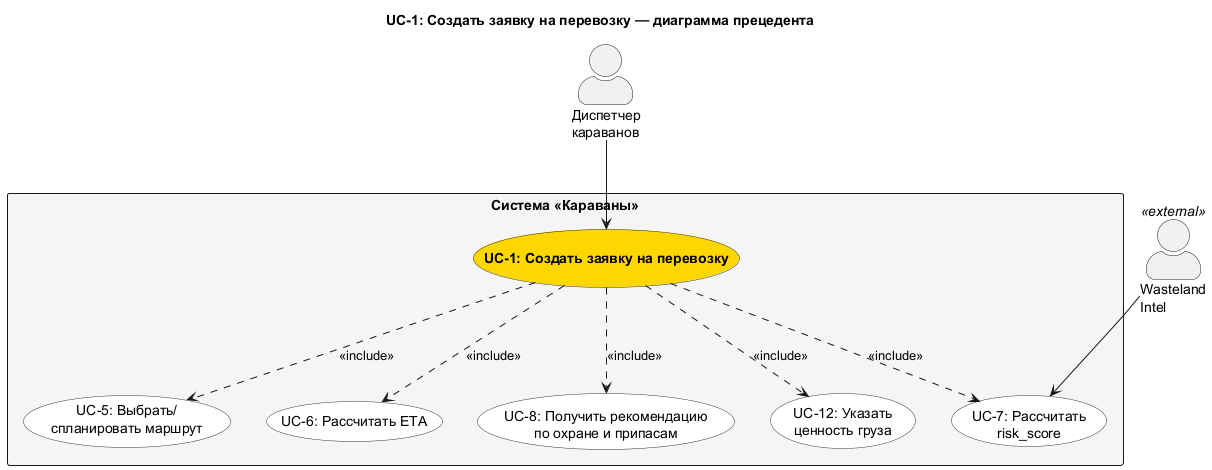
Before: docs/diagrams/out/UC_1_Detail.png, a diagram exported from PlantUML (granikartem/MPI).
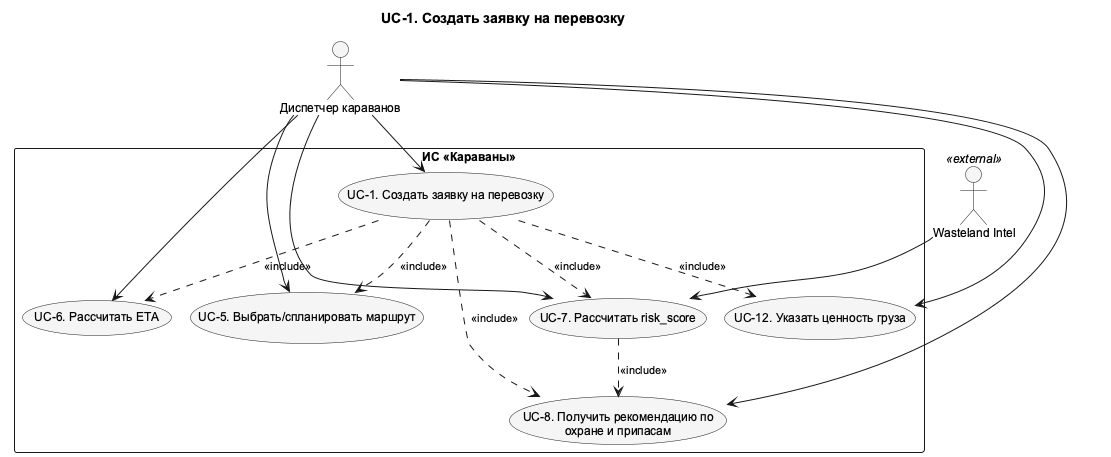
After the change.

Change to the diagram source:
```diff
@@ -1,30 +1,38 @@
 @startuml UC_1_Detail
-skinparam actorStyle awesome
-skinparam usecaseBackgroundColor #White
-skinparam usecaseBorderColor #333333
-skinparam rectangleBackgroundColor #F5F5F5
+!pragma layout smetana
+skinparam shadowing false
+skinparam defaultFontName Arial
+skinparam defaultFontSize 12
+skinparam backgroundColor white
+skinparam nodesep 75
+skinparam ranksep 100
+skinparam ArrowFontSize 11
+skinparam usecaseBackgroundColor #F5F5F5
+skinparam activityBackgroundColor #F5F5F5
+top to bottom direction
+title UC-1. Создать заявку на перевозку
 
-title UC-1: Создать заявку на перевозку — диаграмма прецедента
-
-actor "Диспетчер\nкараванов" as Dispatcher
-actor "Wasteland\nIntel" as WI <<external>>
-
-rectangle "Система «Караваны»" {
-  usecase UC1 as "**UC-1: Создать заявку на перевозку**" #Gold
-  usecase "UC-5: Выбрать/\nспланировать маршрут" as UC5
-  usecase "UC-6: Рассчитать ETA" as UC6
-  usecase "UC-7: Рассчитать\nrisk_score" as UC7
-  usecase "UC-8: Получить рекомендацию\nпо охране и припасам" as UC8
-  usecase "UC-12: Указать\nценность груза" as UC12
+actor "Диспетчер караванов" as Dispatcher
+actor "Wasteland Intel" as WI <<external>>
+rectangle "ИС «Караваны»" as SystemBoundary {
+  usecase "UC-1. Создать заявку на перевозку" as UC1
+  usecase "UC-5. Выбрать/спланировать маршрут" as UC5
+  usecase "UC-6. Рассчитать ETA" as UC6
+  usecase "UC-7. Рассчитать risk_score" as UC7
+  usecase "UC-8. Получить рекомендацию по\nохране и припасам" as UC8
+  usecase "UC-12. Указать ценность груза" as UC12
 }
-
-Dispatcher --> UC1
-WI --> UC7
-
 UC1 ..> UC5 : <<include>>
 UC1 ..> UC6 : <<include>>
 UC1 ..> UC7 : <<include>>
 UC1 ..> UC8 : <<include>>
 UC1 ..> UC12 : <<include>>
-
+UC7 ..> UC8 : <<include>>
+Dispatcher --> UC1
+Dispatcher --> UC5
+Dispatcher --> UC6
+Dispatcher --> UC7
+Dispatcher --> UC8
+Dispatcher --> UC12
+WI --> UC7
 @enduml
```
